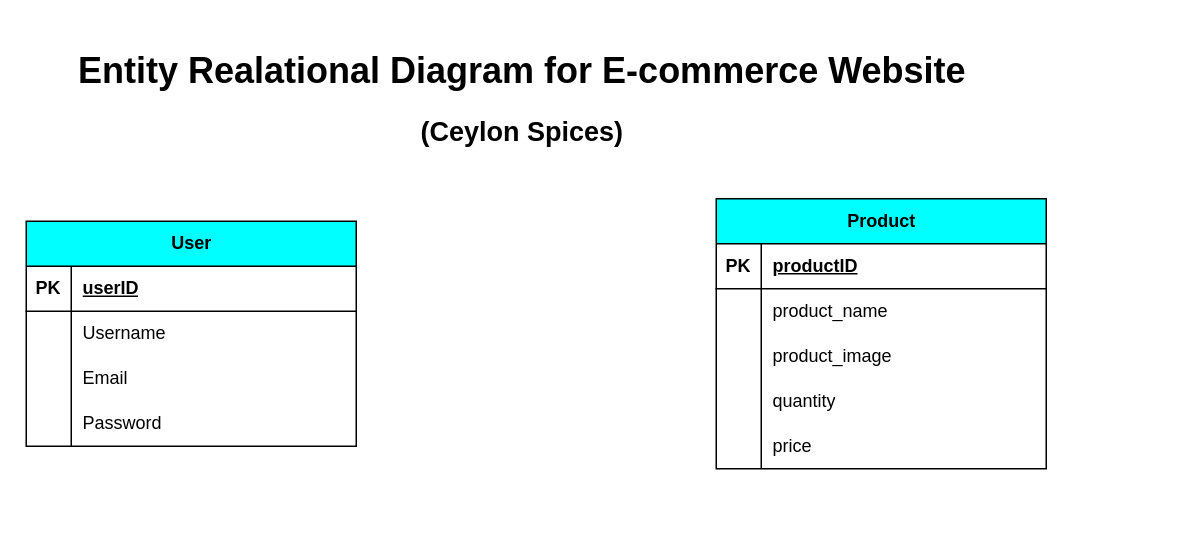
Before: Entity Relational Digram - Ecommerce.drawio in bytecode95/Design-E-commerce-database, a draw.io diagram. Source tidied: cells renumbered, new cells numbered last; positions are measured from the earlier drawing's top-left corner, leaving out a move shared by most shapes. Both pictures are drawn from the tidied source at 150%, with x=0, y=0 at pixel (26, 40).
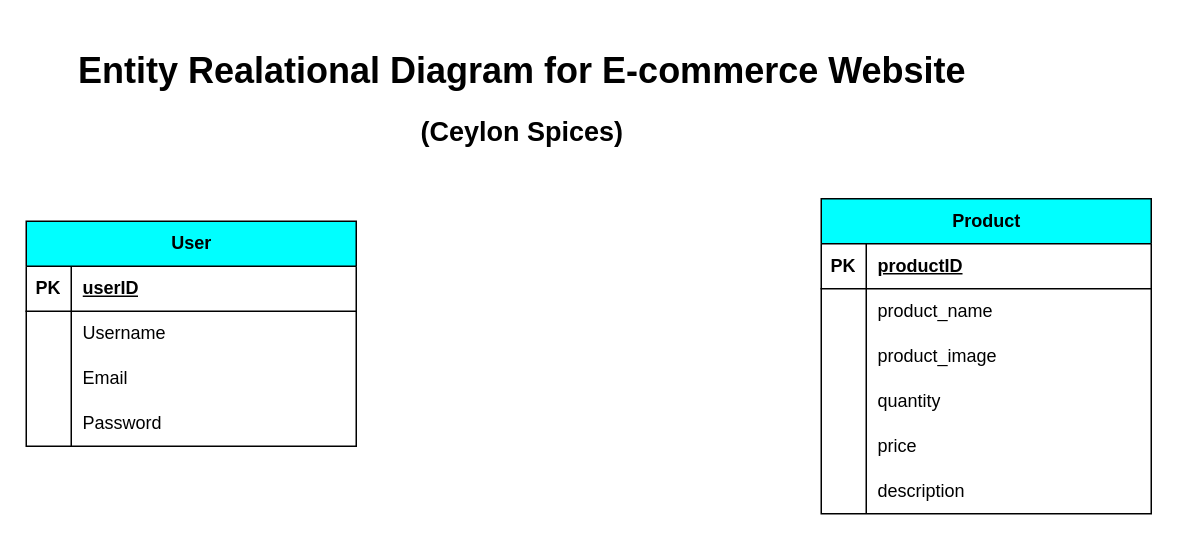
The same page after the edit.

The edit, as a diff of the source:
```diff
@@
     <mxCell id="16" value="Product" style="shape=table;startSize=30;childLayout=tableLayout;rowLines=0;fontStyle=1;align=center;html=1;fillColor=#00FFFF;" parent="1" vertex="1">
-      <mxGeometry x="460" y="105" width="220" height="180" as="geometry" />
+      <mxGeometry x="530" y="105" width="220" height="210" as="geometry" />
     </mxCell>
@@
+    <mxCell id="32" style="shape=tableRow;horizontal=0;startSize=0;swimlaneHead=0;swimlaneBody=0;fillColor=none;top=0;left=0;right=0;bottom=0;" parent="16" vertex="1">
+      <mxGeometry y="180" width="220" height="30" as="geometry" />
+    </mxCell>
+    <mxCell id="33" style="shape=partialRectangle;fillColor=none;top=0;left=0;bottom=0;right=0;overflow=hidden;whiteSpace=wrap;html=1;" parent="32" vertex="1">
+      <mxGeometry width="30" height="30" as="geometry" />
+    </mxCell>
+    <mxCell id="34" value="description" style="shape=partialRectangle;fillColor=none;top=0;left=0;bottom=0;right=0;align=left;spacingLeft=6;overflow=hidden;whiteSpace=wrap;html=1;" parent="32" vertex="1">
+      <mxGeometry x="30" width="190" height="30" as="geometry" />
+    </mxCell>
```
